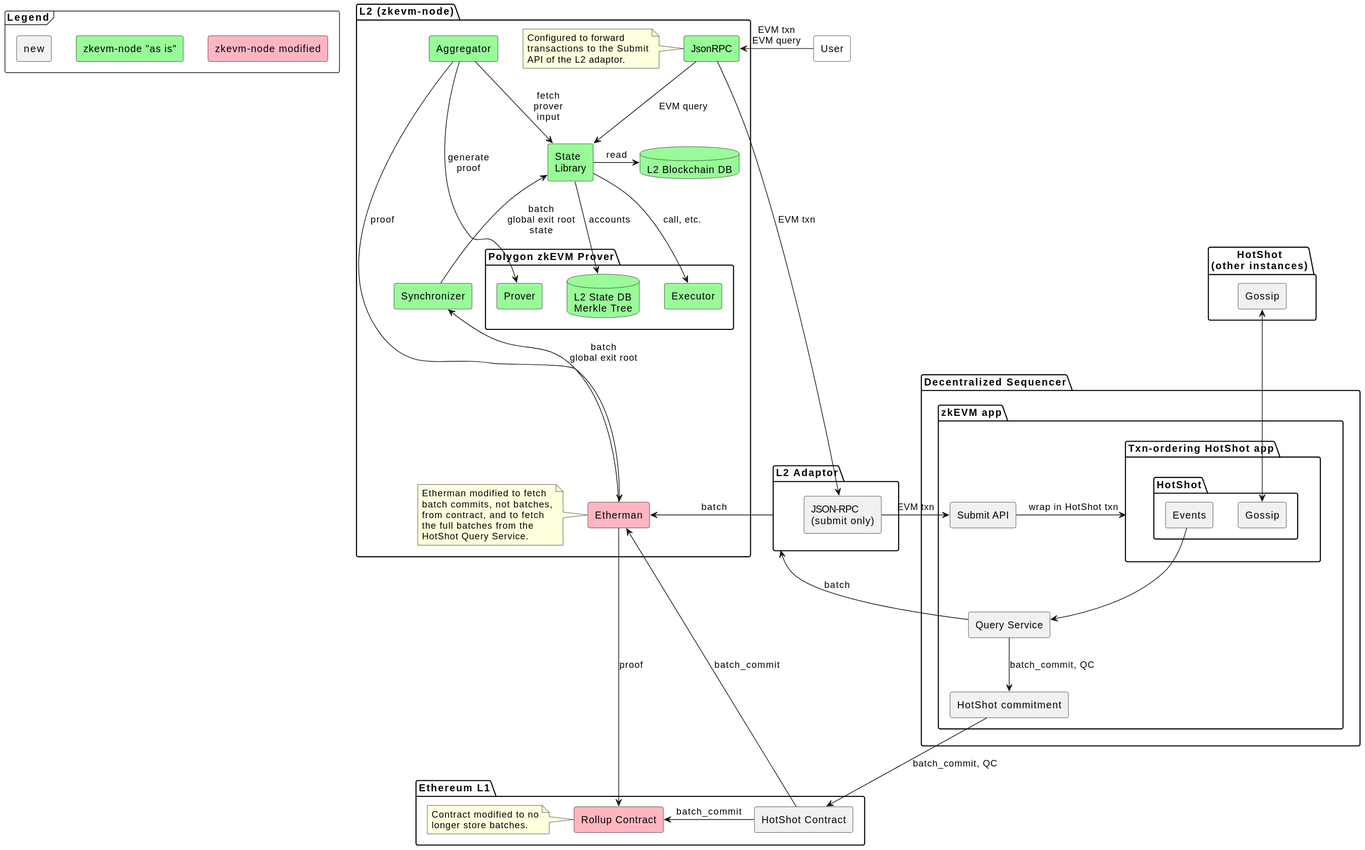
EspressoSystems/espresso-polygon-zkevm-demo keeps this PlantUML diagram as doc/architecture_phase2.svg. Above is the earlier version.
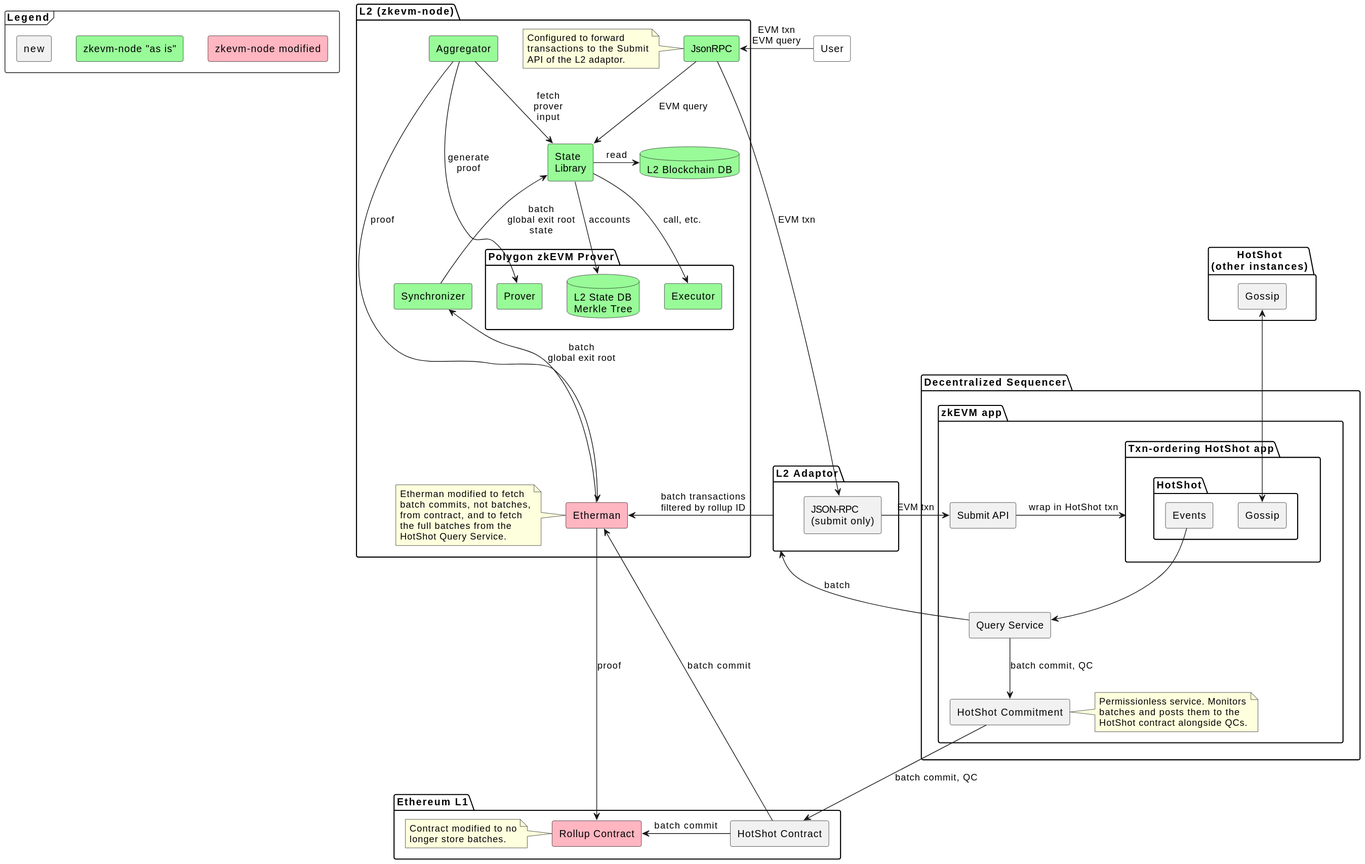
Later version of the same file.

Commit message:
Address review comments

The edit, as a diff of the source:
```diff
@@ -25,7 +25,12 @@
         component "Events" as HotShotEvents
       }
     }
-    component "HotShot commitment" as HotShotCommitment
+    component "HotShot Commitment" as HotShotCommitment
+    note right of HotShotCommitment
+      Permissionless service. Monitors
+      batches and posts them to the
+      HotShot contract alongside QCs.
+    end note
   }
 }
 
@@ -81,7 +86,7 @@
 
 GossipInternal <-up-> GossipExternal
 
-Rollup <- HotShotContract: batch_commit
+Rollup <- HotShotContract: batch commit
 JsonRPC --> State: EVM query
 
 State -> L2DB: read
@@ -92,8 +97,8 @@
 Aggregator --> Etherman: proof
 Aggregator --> Prover: generate\nproof
 Etherman --> Rollup: proof
-Etherman <-right- HotShotContract: batch_commit
-Etherman <- Adaptor: batch
+Etherman <-right- HotShotContract: batch commit
+Etherman <- Adaptor: batch transactions\nfiltered by rollup ID
 Adaptor <- QueryService: batch
 Synchronizer <-- Etherman: batch\nglobal exit root
 State <-- Synchronizer: batch\nglobal exit root\nstate
@@ -101,6 +106,6 @@
 Submit -> App: wrap in HotShot txn
 HotShotEvents -down-> QueryService
 
-QueryService -down-> HotShotCommitment: batch_commit, QC
-HotShotCommitment -down-> HotShotContract: batch_commit, QC
+QueryService -down-> HotShotCommitment: batch commit, QC
+HotShotCommitment -down-> HotShotContract: batch commit, QC
 @enduml
```
